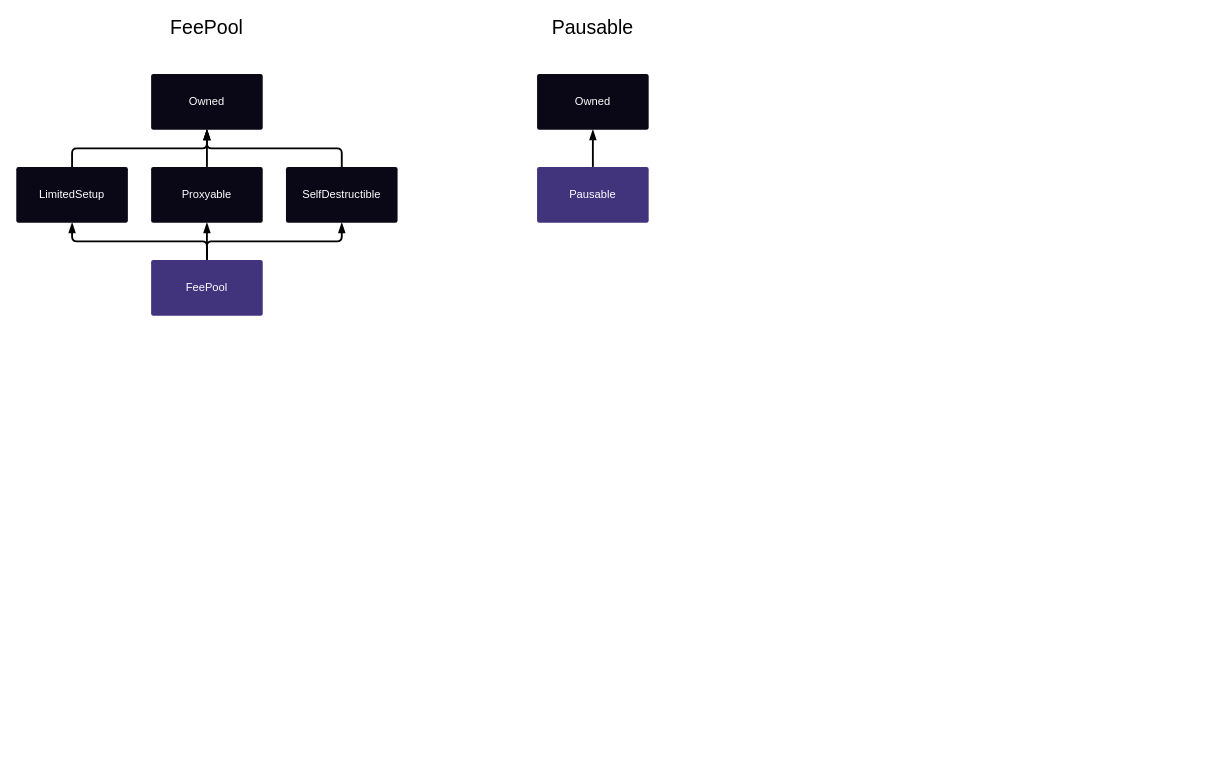
Before: docs/img/graphs/synthetix-docs-graphs.drawio in Synthetixio/synthetix, a draw.io diagram. Source tidied: cells renumbered, new cells numbered last; positions are measured from the earlier drawing's top-left corner, leaving out a move shared by most shapes. Both pictures are drawn from the tidied source at 93%, with x=0, y=0 at pixel (16, 18).
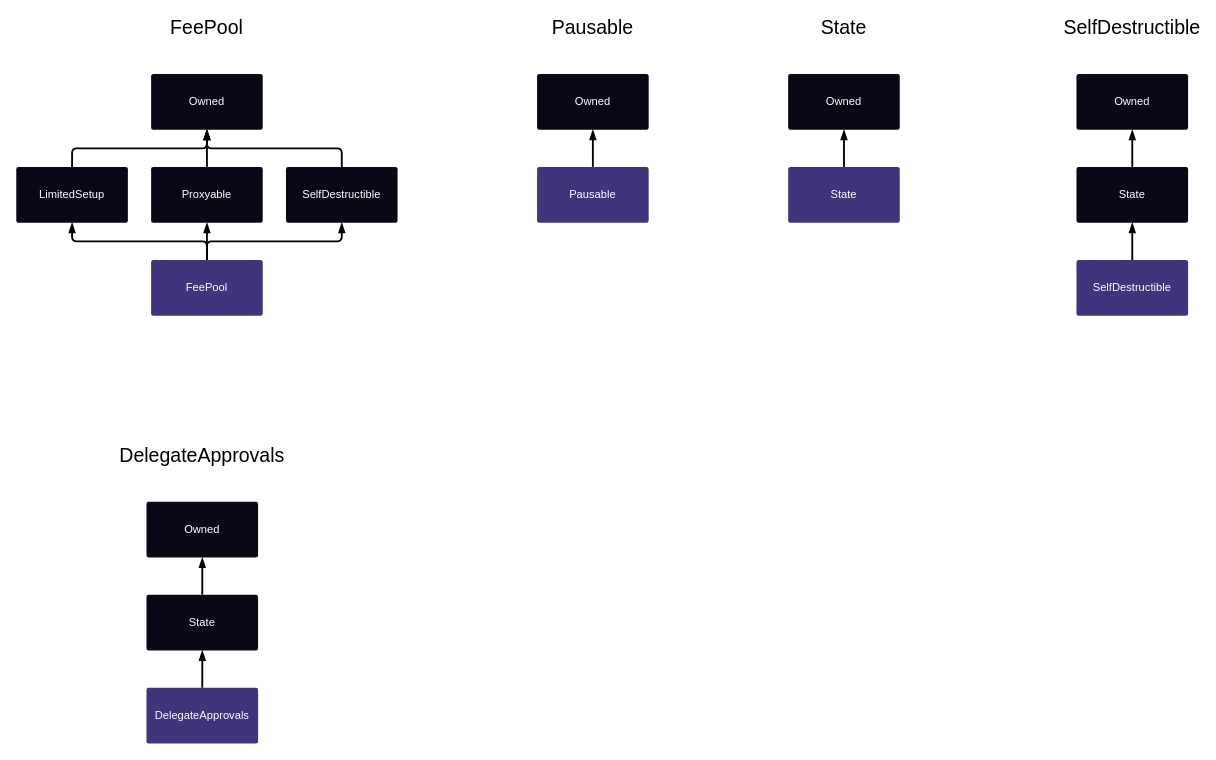
After the change.

Commit message (it also covers changes not shown here):
DelegateApprovals formatting.

Change to the diagram source:
```diff
@@
+    <mxCell id="18" value="&lt;div&gt;SelfDestructible&lt;/div&gt;" style="text;html=1;strokeColor=none;fillColor=none;align=center;verticalAlign=middle;whiteSpace=wrap;rounded=0;fontSize=21;" parent="1" vertex="1">
+      <mxGeometry x="1180" width="40" height="20" as="geometry" />
+    </mxCell>
+    <mxCell id="19" style="edgeStyle=orthogonalEdgeStyle;rounded=1;jettySize=auto;html=1;exitX=0.5;exitY=0;exitDx=0;exitDy=0;entryX=0.5;entryY=1;entryDx=0;entryDy=0;strokeWidth=2;arcSize=10;endArrow=blockThin;endFill=1;" parent="1" edge="1" source="20" target="22">
+      <mxGeometry relative="1" as="geometry" />
+    </mxCell>
+    <mxCell id="20" value="&lt;font color=&quot;#FFFFFF&quot;&gt;SelfDestructible&lt;/font&gt;" style="rounded=1;whiteSpace=wrap;html=1;fillColor=#42337D;strokeColor=none;arcSize=4;gradientColor=none;" parent="1" vertex="1">
+      <mxGeometry x="1140" y="260" width="120" height="60" as="geometry" />
+    </mxCell>
+    <mxCell id="21" style="edgeStyle=orthogonalEdgeStyle;rounded=1;jettySize=auto;html=1;exitX=0.5;exitY=0;exitDx=0;exitDy=0;entryX=0.5;entryY=1;entryDx=0;entryDy=0;strokeWidth=2;arcSize=10;endArrow=blockThin;endFill=1;" parent="1" edge="1" source="22" target="23">
+      <mxGeometry relative="1" as="geometry" />
+    </mxCell>
+    <mxCell id="22" value="&lt;font color=&quot;#FFFFFF&quot;&gt;State&lt;/font&gt;" style="rounded=1;whiteSpace=wrap;html=1;fillColor=#0a0817;strokeColor=none;arcSize=4;" parent="1" vertex="1">
+      <mxGeometry x="1140" y="160" width="120" height="60" as="geometry" />
+    </mxCell>
+    <mxCell id="23" value="&lt;font color=&quot;#FFFFFF&quot;&gt;Owned&lt;/font&gt;" style="rounded=1;whiteSpace=wrap;html=1;fillColor=#0a0817;strokeColor=none;arcSize=4;" parent="1" vertex="1">
+      <mxGeometry x="1140" y="60" width="120" height="60" as="geometry" />
+    </mxCell>
+    <mxCell id="24" style="edgeStyle=orthogonalEdgeStyle;rounded=1;jettySize=auto;html=1;exitX=0.5;exitY=0;exitDx=0;exitDy=0;entryX=0.5;entryY=1;entryDx=0;entryDy=0;strokeWidth=2;arcSize=10;endArrow=blockThin;endFill=1;" parent="1" edge="1" source="25" target="26">
+      <mxGeometry relative="1" as="geometry" />
+    </mxCell>
+    <mxCell id="25" value="&lt;font color=&quot;#FFFFFF&quot;&gt;State&lt;/font&gt;" style="rounded=1;whiteSpace=wrap;html=1;fillColor=#42337D;strokeColor=none;arcSize=4;gradientColor=none;" parent="1" vertex="1">
+      <mxGeometry x="830" y="160" width="120" height="60" as="geometry" />
+    </mxCell>
+    <mxCell id="26" value="&lt;font color=&quot;#FFFFFF&quot;&gt;Owned&lt;/font&gt;" style="rounded=1;whiteSpace=wrap;html=1;fillColor=#0a0817;strokeColor=none;arcSize=4;" parent="1" vertex="1">
+      <mxGeometry x="830" y="60" width="120" height="60" as="geometry" />
+    </mxCell>
+    <mxCell id="27" value="State" style="text;html=1;strokeColor=none;fillColor=none;align=center;verticalAlign=middle;whiteSpace=wrap;rounded=0;fontSize=21;" parent="1" vertex="1">
+      <mxGeometry x="870" width="40" height="20" as="geometry" />
+    </mxCell>
+    <mxCell id="28" style="edgeStyle=orthogonalEdgeStyle;rounded=1;jettySize=auto;html=1;exitX=0.5;exitY=0;exitDx=0;exitDy=0;entryX=0.5;entryY=1;entryDx=0;entryDy=0;strokeWidth=2;arcSize=10;endArrow=blockThin;endFill=1;" parent="1" edge="1" source="29" target="31">
+      <mxGeometry relative="1" as="geometry" />
+    </mxCell>
+    <mxCell id="29" value="&lt;font color=&quot;#FFFFFF&quot;&gt;DelegateApprovals&lt;/font&gt;" style="rounded=1;whiteSpace=wrap;html=1;fillColor=#42337D;strokeColor=none;arcSize=4;gradientColor=none;" parent="1" vertex="1">
+      <mxGeometry x="140" y="720" width="120" height="60" as="geometry" />
+    </mxCell>
+    <mxCell id="30" style="edgeStyle=orthogonalEdgeStyle;rounded=1;jettySize=auto;html=1;exitX=0.5;exitY=0;exitDx=0;exitDy=0;entryX=0.5;entryY=1;entryDx=0;entryDy=0;endArrow=blockThin;endFill=1;strokeWidth=2;fontSize=21;" parent="1" edge="1" source="31" target="33">
+      <mxGeometry relative="1" as="geometry" />
+    </mxCell>
+    <mxCell id="31" value="&lt;font color=&quot;#FFFFFF&quot;&gt;State&lt;/font&gt;" style="rounded=1;whiteSpace=wrap;html=1;fillColor=#0a0817;strokeColor=none;arcSize=4;" parent="1" vertex="1">
+      <mxGeometry x="140" y="620" width="120" height="60" as="geometry" />
+    </mxCell>
+    <mxCell id="32" value="DelegateApprovals" style="text;html=1;strokeColor=none;fillColor=none;align=center;verticalAlign=middle;whiteSpace=wrap;rounded=0;fontSize=21;" parent="1" vertex="1">
+      <mxGeometry x="180" y="460" width="40" height="20" as="geometry" />
+    </mxCell>
+    <mxCell id="33" value="&lt;font color=&quot;#FFFFFF&quot;&gt;Owned&lt;/font&gt;" style="rounded=1;whiteSpace=wrap;html=1;fillColor=#0a0817;strokeColor=none;arcSize=4;" parent="1" vertex="1">
+      <mxGeometry x="140" y="520" width="120" height="60" as="geometry" />
+    </mxCell>
```
